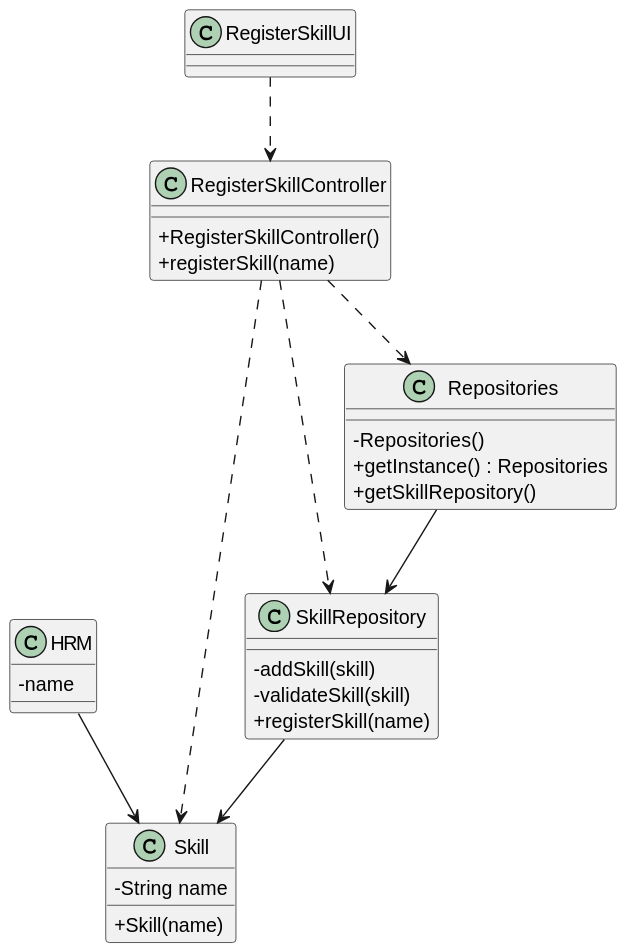
This is docs/sprintA&B/us001/03.design/svg/us001-class-diagram.svg from daniel41silva05/ISEP_2023_2024_LAPR2, a PlantUML export, as it was before one commit. Its diagram source:
```plantuml
@startuml
skinparam packageStyle rectangle
skinparam shadowing false
skinparam linetype polyline

skinparam classAttributeIconSize 0


class Skill {
    - String name

    + Skill(name)
}

class HRM {
    - name
}

class SkillRepository {
    - addSkill(skill)
    - validateSkill(skill)
    + registerSkill(name)
}

class Repositories {
    - Repositories()
    + getInstance() : Repositories
    + getSkillRepository()
}

class RegisterSkillController {
    + RegisterSkillController()
    + registerSkill(name)
}

class RegisterSkillUI {
}

RegisterSkillUI ..> RegisterSkillController
RegisterSkillController ..> Repositories
RegisterSkillController ..> SkillRepository
RegisterSkillController ..> Skill
Repositories --> SkillRepository
HRM --> Skill
SkillRepository --> Skill
@enduml
```
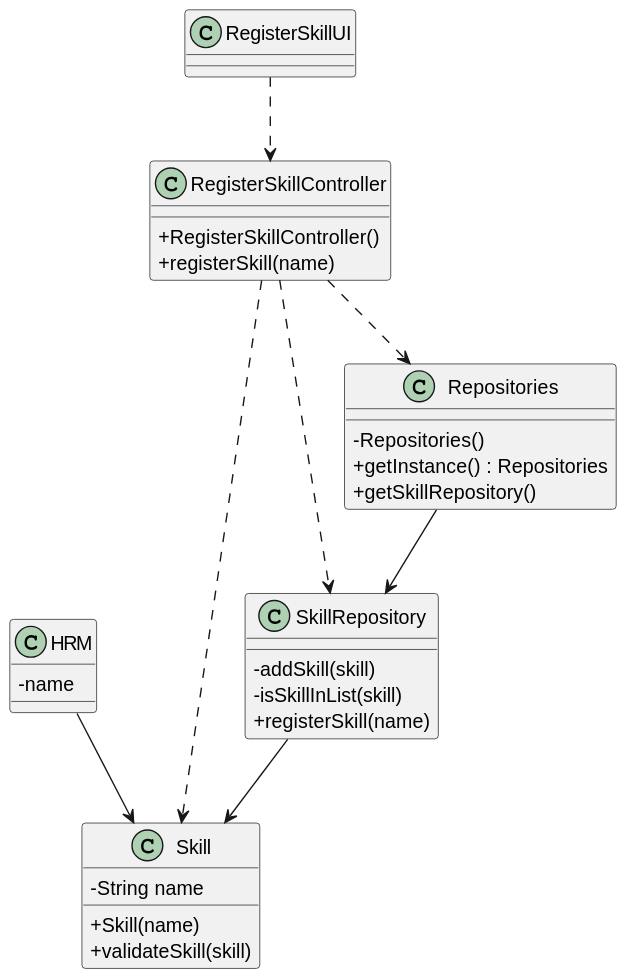
The same diagram one commit later.

Commit message:
us01 updates on Skill, SkillRepository and us001-class-diagram.puml

Change to the diagram source:
```diff
@@ -10,6 +10,7 @@
     - String name
 
     + Skill(name)
+    + validateSkill(skill)
 }
 
 class HRM {
@@ -18,7 +19,7 @@
 
 class SkillRepository {
     - addSkill(skill)
-    - validateSkill(skill)
+    - isSkillInList(skill)
     + registerSkill(name)
 }
 
```
